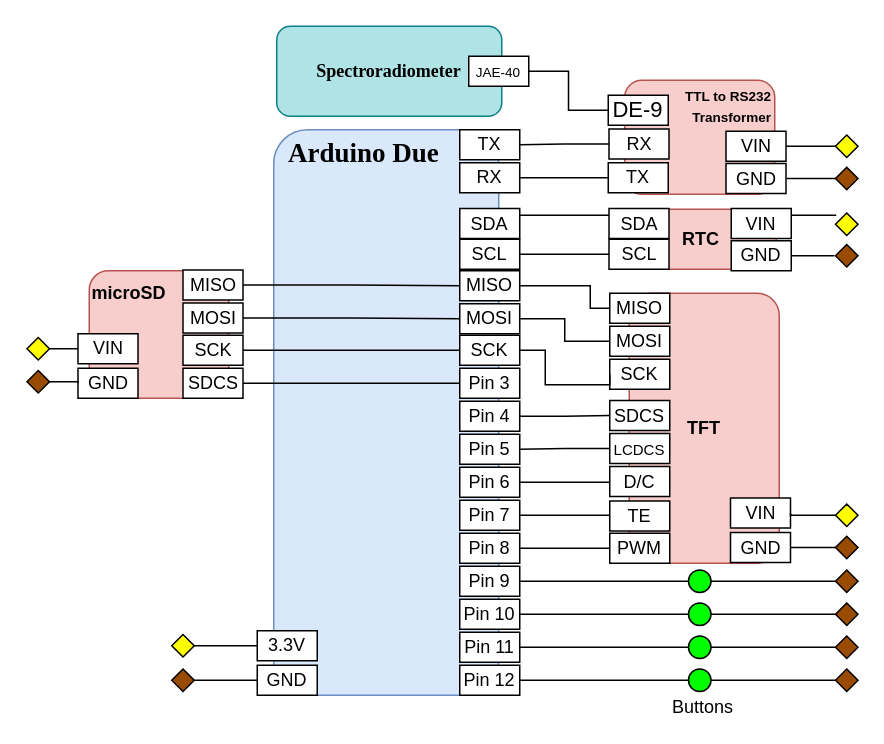
This is Wiring Diagram.drawio from mxchml/Flame-Spectrocontroller, a draw.io file, before an edit. Source tidied: cells renumbered, new cells numbered last; positions are measured from the earlier drawing's top-left corner, leaving out a move shared by most shapes. Both pictures are drawn from the tidied source at 150%, with x=0, y=0 at pixel (27, 26).
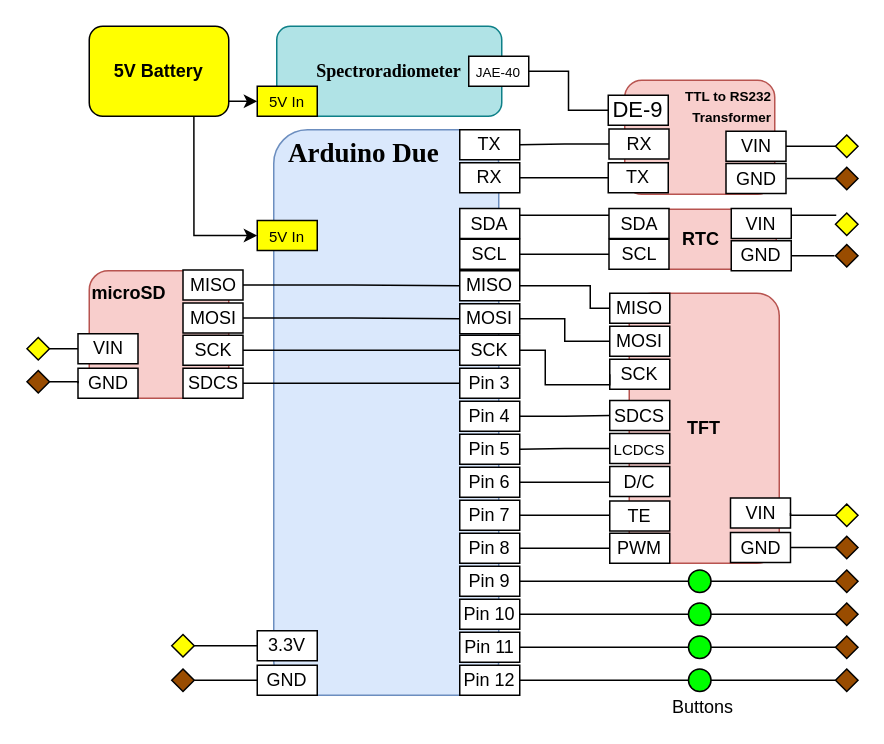
Above is the later version.

Change to the diagram source:
```diff
@@
+    <mxCell id="108" style="edgeStyle=orthogonalEdgeStyle;rounded=0;jettySize=auto;html=1;exitX=0.75;exitY=1;exitDx=0;exitDy=0;entryX=0;entryY=0.5;entryDx=0;entryDy=0;" parent="1" edge="1" source="110" target="112">
+      <mxGeometry relative="1" as="geometry" />
+    </mxCell>
+    <mxCell id="109" style="edgeStyle=orthogonalEdgeStyle;rounded=0;jettySize=auto;html=1;entryX=0;entryY=0.5;entryDx=0;entryDy=0;" parent="1" edge="1" target="111">
+      <mxGeometry relative="1" as="geometry">
+        <mxPoint x="134" y="50" as="sourcePoint" />
+        <Array as="points">
+          <mxPoint x="143" y="50" />
+        </Array>
+      </mxGeometry>
+    </mxCell>
+    <mxCell id="110" value="&lt;b&gt;5V Battery&lt;br&gt;&lt;/b&gt;" style="rounded=1;whiteSpace=wrap;html=1;align=center;fillColor=#FFFF00;strokeColor=#000000;" parent="1" vertex="1">
+      <mxGeometry x="41" width="93" height="60" as="geometry" />
+    </mxCell>
+    <mxCell id="111" value="&lt;font size=&quot;1&quot;&gt;5V In&lt;/font&gt;" style="rounded=0;whiteSpace=wrap;html=1;strokeColor=#000000;fillColor=#FFFF00;" parent="1" vertex="1">
+      <mxGeometry x="153" y="40" width="40" height="20" as="geometry" />
+    </mxCell>
+    <mxCell id="112" value="&lt;font size=&quot;1&quot;&gt;5V In&lt;/font&gt;" style="rounded=0;whiteSpace=wrap;html=1;strokeColor=#000000;fillColor=#FFFF00;" parent="1" vertex="1">
+      <mxGeometry x="153" y="129.5" width="40" height="20" as="geometry" />
+    </mxCell>
```
